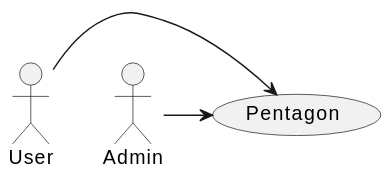
This is diagrams/actors.svg from jlvlg/Pentagon, a PlantUML export, as it was before one commit.
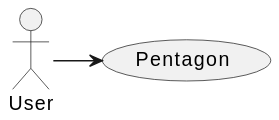
The same file after the commit.

The edit, as a diff of the source:
```diff
@@ -1,5 +1,4 @@
 @startuml actors
 :User: -> (App)
-:Admin: -> (App)
 "Pentagon" as (App)
 @enduml
```
